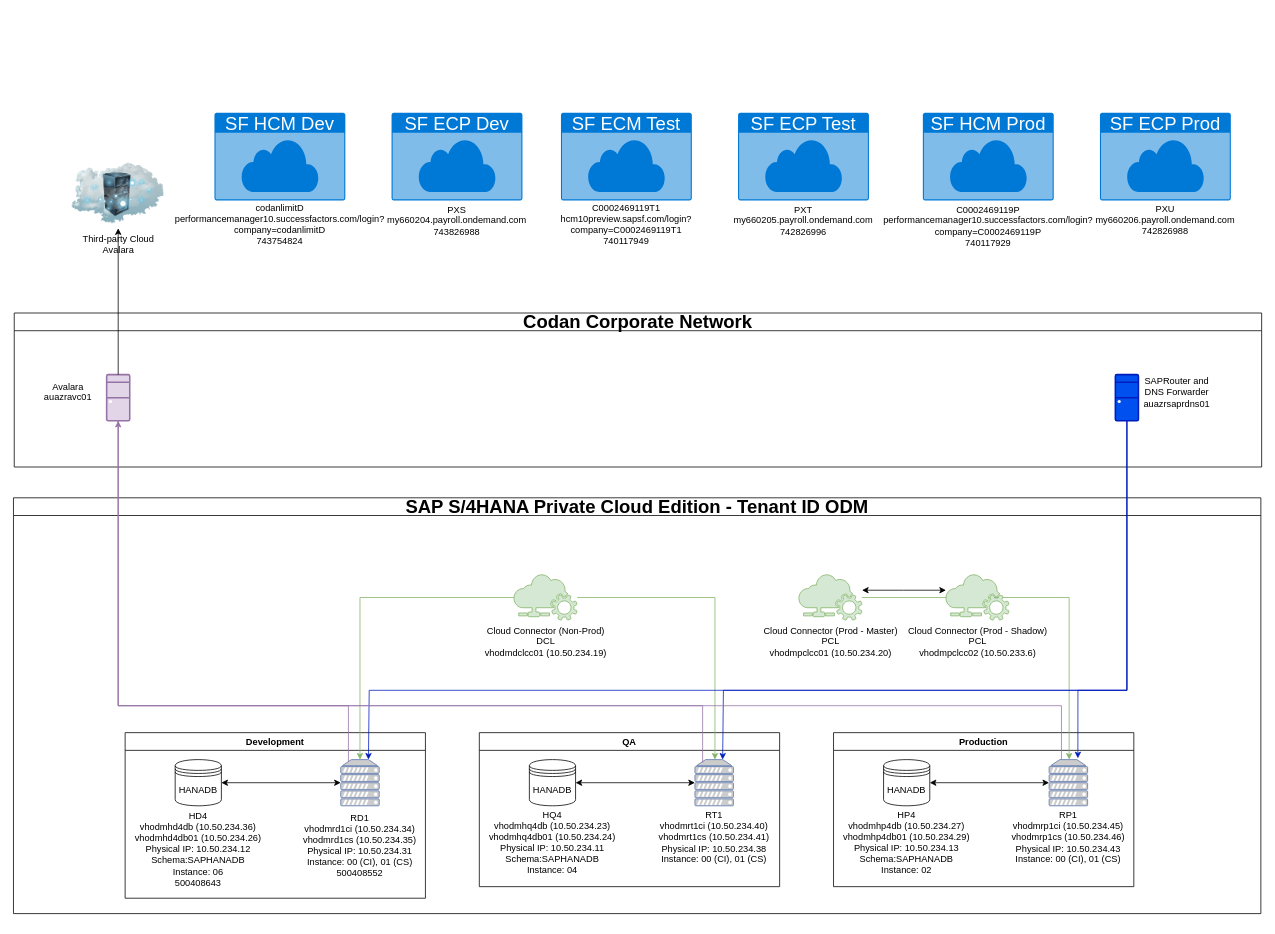
Before: page "Page-2" (2 of 2) of Network Landscape.drawio in acookoz/themanmountain.github.io, a draw.io diagram. Source tidied: cells renumbered, new cells numbered last; positions are measured from the earlier drawing's top-left corner, leaving out a move shared by most shapes. Both pictures are drawn from the tidied source at 77%, with x=0, y=0 at pixel (13, 112).
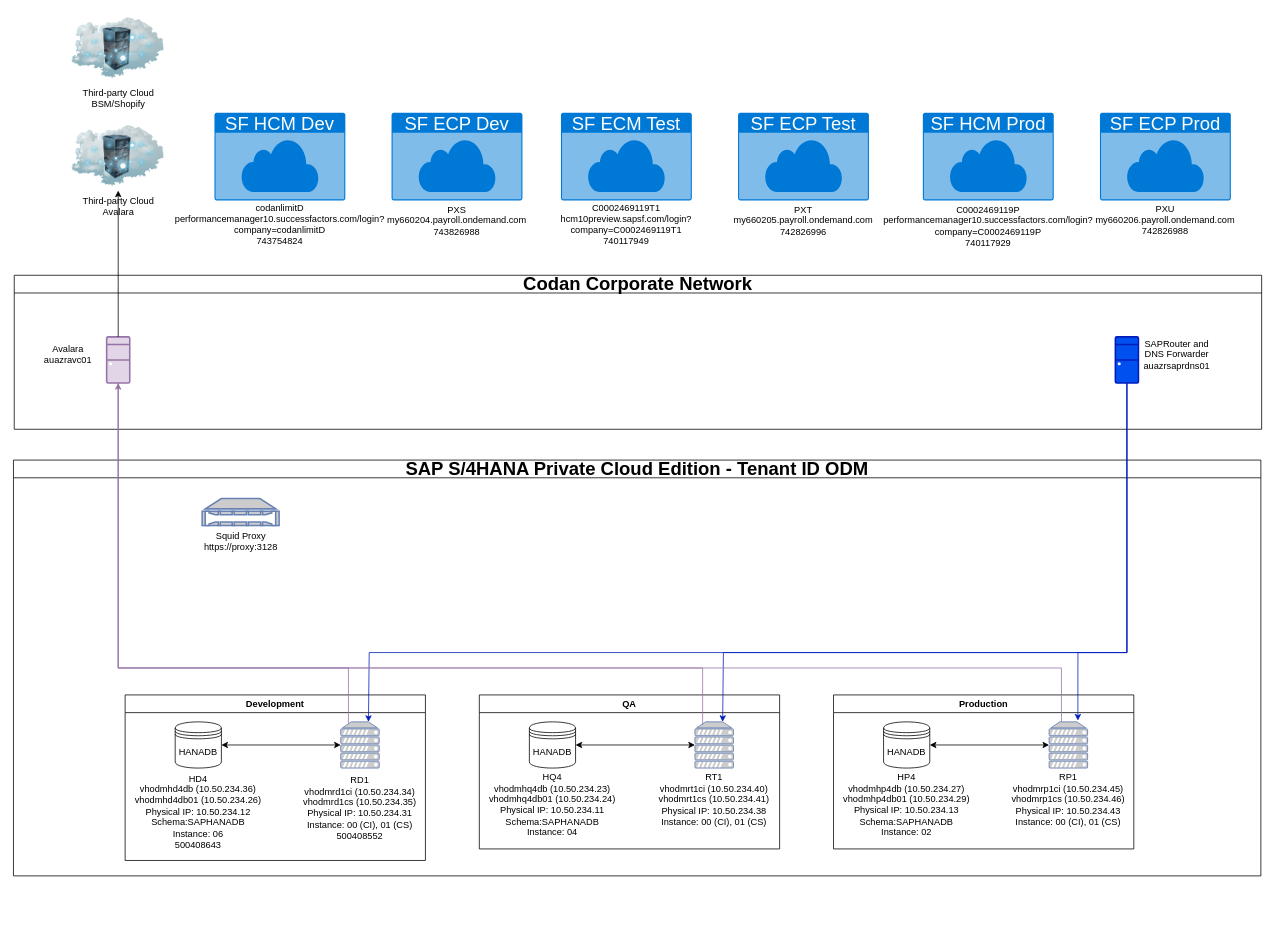
Above is the later version.

The change refers to these unchanged cells:
```xml
<mxCell id="10" style="fontColor=#0066CC;verticalAlign=top;verticalLabelPosition=bottom;labelPosition=center;align=center;html=1;outlineConnect=0;fillColor=#CCCCCC;strokeColor=#6881B3;gradientColor=none;gradientDirection=north;strokeWidth=2;shape=mxgraph.networks.server;" parent="9" vertex="1">
  <mxGeometry x="80" width="50" height="60" as="geometry" />
</mxCell>
<mxCell id="19" style="fontColor=#0066CC;verticalAlign=top;verticalLabelPosition=bottom;labelPosition=center;align=center;html=1;outlineConnect=0;fillColor=#CCCCCC;strokeColor=#6881B3;gradientColor=none;gradientDirection=north;strokeWidth=2;shape=mxgraph.networks.server;" parent="13" vertex="1">
  <mxGeometry x="290" y="35" width="50" height="60" as="geometry" />
</mxCell>
<mxCell id="27" style="fontColor=#0066CC;verticalAlign=top;verticalLabelPosition=bottom;labelPosition=center;align=center;html=1;outlineConnect=0;fillColor=#CCCCCC;strokeColor=#6881B3;gradientColor=none;gradientDirection=north;strokeWidth=2;shape=mxgraph.networks.server;" parent="21" vertex="1">
  <mxGeometry x="290" y="35" width="50" height="60" as="geometry" />
</mxCell>
<mxCell id="37" style="verticalAlign=top;verticalLabelPosition=bottom;labelPosition=center;align=center;html=1;outlineConnect=0;fillColor=#e1d5e7;strokeColor=#9673a6;gradientDirection=north;strokeWidth=2;shape=mxgraph.networks.desktop_pc;" parent="36" vertex="1">
  <mxGeometry x="120" y="80" width="30" height="60" as="geometry" />
</mxCell>
<mxCell id="41" style="fontColor=#ffffff;verticalAlign=top;verticalLabelPosition=bottom;labelPosition=center;align=center;html=1;outlineConnect=0;fillColor=#0050ef;strokeColor=#001DBC;gradientDirection=north;strokeWidth=2;shape=mxgraph.networks.desktop_pc;" parent="36" vertex="1">
  <mxGeometry x="1430" y="80" width="30" height="60" as="geometry" />
</mxCell>
```

What changed in the source:
```diff
@@
     <mxCell id="2" value="&lt;font style=&quot;font-size: 24px;&quot;&gt;SAP S/4HANA Private Cloud Edition - Tenant ID ODM&lt;/font&gt;" style="swimlane;whiteSpace=wrap;html=1;" parent="1" vertex="1">
-      <mxGeometry y="500" width="1620" height="540" as="geometry" />
+      <mxGeometry y="451" width="1620" height="540" as="geometry" />
     </mxCell>
@@
-    <mxCell id="29" value="Cloud Connector (Non-Prod)&lt;div&gt;DCL&lt;/div&gt;&lt;div&gt;vhodmdclcc01 (10.50.234.19)&lt;/div&gt;&lt;div&gt;&lt;br&gt;&lt;/div&gt;" style="sketch=0;shadow=0;dashed=0;html=1;strokeColor=#82b366;labelPosition=center;verticalLabelPosition=bottom;verticalAlign=top;align=center;fillColor=#d5e8d4;shape=mxgraph.mscae.intune.intune_connector;" parent="2" vertex="1">
-      <mxGeometry x="650" y="100" width="82" height="59" as="geometry" />
-    </mxCell>
-    <mxCell id="30" style="edgeStyle=orthogonalEdgeStyle;rounded=0;jettySize=auto;html=1;exitX=0;exitY=0.5;exitDx=0;exitDy=0;exitPerimeter=0;entryX=0.5;entryY=0;entryDx=0;entryDy=0;entryPerimeter=0;fillColor=#d5e8d4;strokeColor=#82b366;" parent="2" edge="1" source="29" target="10">
-      <mxGeometry relative="1" as="geometry">
-        <Array as="points">
-          <mxPoint x="450" y="130" />
-        </Array>
-      </mxGeometry>
-    </mxCell>
-    <mxCell id="31" style="edgeStyle=orthogonalEdgeStyle;rounded=0;jettySize=auto;html=1;fillColor=#d5e8d4;strokeColor=#82b366;" parent="2" edge="1" source="29" target="19">
-      <mxGeometry relative="1" as="geometry">
-        <Array as="points">
-          <mxPoint x="911" y="130" />
-        </Array>
-      </mxGeometry>
-    </mxCell>
-    <mxCell id="32" style="edgeStyle=orthogonalEdgeStyle;rounded=0;jettySize=auto;html=1;startArrow=classic;startFill=1;" parent="2" edge="1" source="34" target="35">
-      <mxGeometry relative="1" as="geometry">
-        <Array as="points">
-          <mxPoint x="1156" y="120" />
-          <mxPoint x="1156" y="120" />
-        </Array>
-      </mxGeometry>
-    </mxCell>
-    <mxCell id="33" style="edgeStyle=orthogonalEdgeStyle;rounded=0;jettySize=auto;html=1;fillColor=#d5e8d4;strokeColor=#82b366;" parent="2" edge="1" source="34" target="27">
-      <mxGeometry relative="1" as="geometry">
-        <Array as="points">
-          <mxPoint x="1371" y="130" />
-        </Array>
-      </mxGeometry>
-    </mxCell>
-    <mxCell id="34" value="Cloud Connector (Prod - Master)&lt;div&gt;PCL&lt;/div&gt;&lt;div&gt;vhodmpclcc01 (10.50.234.20)&lt;/div&gt;&lt;div&gt;&lt;br&gt;&lt;/div&gt;" style="sketch=0;shadow=0;dashed=0;html=1;strokeColor=#82b366;labelPosition=center;verticalLabelPosition=bottom;verticalAlign=top;align=center;fillColor=#d5e8d4;shape=mxgraph.mscae.intune.intune_connector;" parent="2" vertex="1">
-      <mxGeometry x="1020" y="100" width="82" height="59" as="geometry" />
-    </mxCell>
-    <mxCell id="35" value="Cloud Connector (Prod - Shadow)&lt;div&gt;PCL&lt;/div&gt;&lt;div&gt;vhodmpclcc02 (10.50.233.6)&lt;/div&gt;&lt;div&gt;&lt;br&gt;&lt;/div&gt;" style="sketch=0;shadow=0;dashed=0;html=1;strokeColor=#82b366;labelPosition=center;verticalLabelPosition=bottom;verticalAlign=top;align=center;fillColor=#d5e8d4;shape=mxgraph.mscae.intune.intune_connector;" parent="2" vertex="1">
-      <mxGeometry x="1211" y="100" width="82" height="59" as="geometry" />
-    </mxCell>
+    <mxCell id="61" value="Squid Proxy&lt;div&gt;https://proxy:3128&lt;/div&gt;" style="fontColor=#000000;verticalAlign=top;verticalLabelPosition=bottom;labelPosition=center;align=center;html=1;fillColor=#CCCCCC;strokeColor=#6881B3;gradientColor=none;gradientDirection=north;strokeWidth=2;shape=mxgraph.networks.nas_filer;" parent="2" vertex="1">
+      <mxGeometry x="245" y="50" width="100" height="35" as="geometry" />
+    </mxCell>
     <mxCell id="36" value="&lt;font style=&quot;font-size: 24px;&quot;&gt;Codan Corporate Network&lt;/font&gt;" style="swimlane;whiteSpace=wrap;html=1;" parent="1" vertex="1">
-      <mxGeometry x="1" y="260" width="1620" height="200" as="geometry" />
+      <mxGeometry x="1" y="211" width="1620" height="200" as="geometry" />
     </mxCell>
@@
     <mxCell id="43" style="edgeStyle=orthogonalEdgeStyle;rounded=0;jettySize=auto;html=1;exitX=0.5;exitY=1;exitDx=0;exitDy=0;exitPerimeter=0;fillColor=#e1d5e7;strokeColor=#9673a6;endArrow=none;endFill=0;" parent="1" edge="1" source="37" target="27">
       <mxGeometry relative="1" as="geometry">
         <Array as="points">
-          <mxPoint x="136" y="770" />
-          <mxPoint x="1361" y="770" />
+          <mxPoint x="136" y="721" />
+          <mxPoint x="1361" y="721" />
         </Array>
       </mxGeometry>
     </mxCell>
     <mxCell id="44" value="Third-party Cloud&lt;br&gt;Avalara" style="image;html=1;image=img/lib/clip_art/networking/Cloud_Rack_128x128.png;" parent="1" vertex="1">
-      <mxGeometry x="76" y="60" width="120" height="90" as="geometry" />
+      <mxGeometry x="76" y="11" width="120" height="90" as="geometry" />
     </mxCell>
@@
     <mxCell id="46" style="edgeStyle=orthogonalEdgeStyle;rounded=0;jettySize=auto;html=1;entryX=0.2;entryY=0.061;entryDx=0;entryDy=0;entryPerimeter=0;fillColor=#e1d5e7;strokeColor=#9673a6;endArrow=none;endFill=0;" parent="1" edge="1" source="37" target="19">
       <mxGeometry relative="1" as="geometry">
         <Array as="points">
-          <mxPoint x="136" y="770" />
-          <mxPoint x="895" y="770" />
+          <mxPoint x="136" y="721" />
+          <mxPoint x="895" y="721" />
         </Array>
       </mxGeometry>
     </mxCell>
     <mxCell id="47" style="edgeStyle=orthogonalEdgeStyle;rounded=0;jettySize=auto;html=1;entryX=0.2;entryY=0.039;entryDx=0;entryDy=0;entryPerimeter=0;fillColor=#e1d5e7;strokeColor=#9673a6;startArrow=classic;startFill=1;endArrow=none;endFill=0;" parent="1" edge="1" source="37" target="10">
       <mxGeometry relative="1" as="geometry">
         <Array as="points">
-          <mxPoint x="136" y="770" />
-          <mxPoint x="435" y="770" />
+          <mxPoint x="136" y="721" />
+          <mxPoint x="435" y="721" />
         </Array>
       </mxGeometry>
     </mxCell>
     <mxCell id="48" style="edgeStyle=orthogonalEdgeStyle;rounded=0;jettySize=auto;html=1;entryX=0.747;entryY=-0.028;entryDx=0;entryDy=0;entryPerimeter=0;fillColor=#0050ef;strokeColor=#001DBC;" parent="1" edge="1" source="41" target="27">
       <mxGeometry relative="1" as="geometry">
         <Array as="points">
-          <mxPoint x="1446" y="750" />
-          <mxPoint x="1382" y="750" />
+          <mxPoint x="1446" y="701" />
+          <mxPoint x="1382" y="701" />
         </Array>
       </mxGeometry>
     </mxCell>
@@
+    <mxCell id="62" value="Third-party Cloud&lt;br&gt;BSM/Shopify" style="image;html=1;image=img/lib/clip_art/networking/Cloud_Rack_128x128.png;" parent="1" vertex="1">
+      <mxGeometry x="76" y="-129" width="120" height="90" as="geometry" />
+    </mxCell>
```
